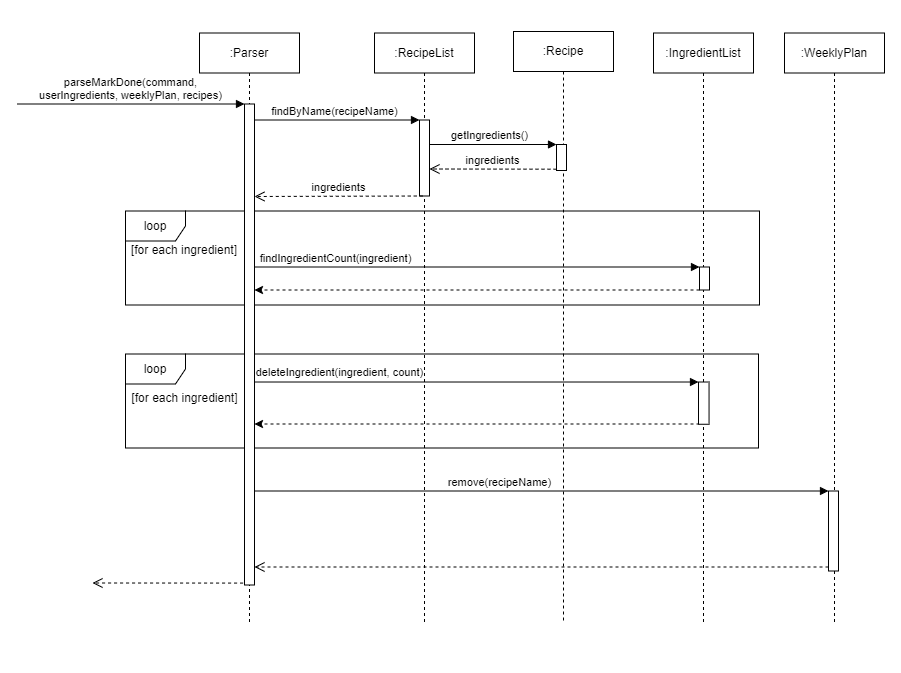
This is docs/UML/Implementation/MarkDoneWeeklyPlan/MarkDoneWeeklyPlan.png from nus-cs2113-AY2223S2/tp, a draw.io export, as it was before one commit. Source tidied: cells renumbered, new cells last; positions are measured from the earlier drawing's top-left corner, leaving out a move shared by most shapes. Source of this version:
```xml
<mxGraphModel>
  <root>
    <mxCell id="0" />
    <mxCell id="1" parent="0" />
    <mxCell id="2" style="rounded=0;whiteSpace=wrap;html=1;fillStyle=auto;strokeColor=none;fillColor=default;" parent="1" vertex="1">
      <mxGeometry width="900" height="672" as="geometry" />
    </mxCell>
    <mxCell id="3" value="remove(recipeName)" style="html=1;verticalAlign=bottom;endArrow=block;entryX=0;entryY=0;rounded=0;" parent="1" edge="1" source="15" target="28">
      <mxGeometry x="-0.14" relative="1" as="geometry" />
    </mxCell>
    <mxCell id="4" style="group;" parent="1" vertex="1">
      <mxGeometry x="125" y="210.5" width="634" height="94" as="geometry" />
    </mxCell>
    <mxCell id="5" value="loop" style="shape=umlFrame;whiteSpace=wrap;html=1;fillColor=#FFFFFF;" parent="4" vertex="1">
      <mxGeometry width="634" height="94" as="geometry" />
    </mxCell>
    <mxCell id="6" value="[for each ingredient]" style="text;html=1;strokeColor=none;fillColor=none;align=center;verticalAlign=middle;whiteSpace=wrap;rounded=0;" parent="4" vertex="1">
      <mxGeometry x="-32.5" y="23.9" width="183.7" height="32" as="geometry" />
    </mxCell>
    <mxCell id="7" style="endArrow=classic;html=1;rounded=0;dashed=1;" parent="4" edge="1">
      <mxGeometry relative="1" as="geometry">
        <mxPoint x="574" y="79" as="sourcePoint" />
        <mxPoint x="129" y="79" as="targetPoint" />
      </mxGeometry>
    </mxCell>
    <mxCell id="8" style="group;" parent="1" vertex="1">
      <mxGeometry x="125" y="353.5" width="633" height="94" as="geometry" />
    </mxCell>
    <mxCell id="9" value="loop" style="shape=umlFrame;whiteSpace=wrap;html=1;fillColor=#FFFFFF;" parent="8" vertex="1">
      <mxGeometry width="633" height="94" as="geometry" />
    </mxCell>
    <mxCell id="10" value="[for each ingredient]" style="text;html=1;strokeColor=none;fillColor=none;align=center;verticalAlign=middle;whiteSpace=wrap;rounded=0;" parent="8" vertex="1">
      <mxGeometry x="-32" y="28" width="183.5" height="32" as="geometry" />
    </mxCell>
    <mxCell id="11" value="deleteIngredient(ingredient, count)" style="html=1;verticalAlign=bottom;endArrow=block;entryX=0;entryY=0;rounded=0;" parent="1" edge="1" source="15" target="31">
      <mxGeometry x="-0.6" y="1" relative="1" as="geometry" />
    </mxCell>
    <mxCell id="12" value="findIngredientCount(ingredient)" style="html=1;verticalAlign=bottom;endArrow=block;entryX=0;entryY=0;rounded=0;" parent="1" edge="1" source="15" target="24">
      <mxGeometry x="-0.61" relative="1" as="geometry" />
    </mxCell>
    <mxCell id="13" value="getIngredients()" style="html=1;verticalAlign=bottom;endArrow=block;entryX=0;entryY=0;rounded=0;" parent="1" edge="1" source="19" target="22">
      <mxGeometry relative="1" as="geometry" />
    </mxCell>
    <mxCell id="14" value="findByName(recipeName)" style="html=1;verticalAlign=bottom;endArrow=block;entryX=0;entryY=0;rounded=0;" parent="1" edge="1" source="15" target="20">
      <mxGeometry relative="1" as="geometry" />
    </mxCell>
    <mxCell id="15" value=":Parser" style="shape=umlLifeline;perimeter=lifelinePerimeter;whiteSpace=wrap;html=1;outlineConnect=0;" parent="1" vertex="1">
      <mxGeometry x="199" y="32.5" width="100" height="590" as="geometry" />
    </mxCell>
    <mxCell id="16" value="parseMarkDone(command, &lt;br&gt;userIngredients, weeklyPlan, recipes)" style="html=1;verticalAlign=bottom;endArrow=block;entryX=0;entryY=0;rounded=0;" parent="15" edge="1" target="18">
      <mxGeometry relative="1" as="geometry">
        <mxPoint x="-182" y="71" as="sourcePoint" />
      </mxGeometry>
    </mxCell>
    <mxCell id="17" style="html=1;verticalAlign=bottom;endArrow=open;dashed=1;endSize=8;exitX=-0.143;exitY=0.996;rounded=0;exitDx=0;exitDy=0;exitPerimeter=0;" parent="15" edge="1" source="18">
      <mxGeometry relative="1" as="geometry">
        <mxPoint x="-107" y="550" as="targetPoint" />
      </mxGeometry>
    </mxCell>
    <mxCell id="18" style="html=1;points=[];perimeter=orthogonalPerimeter;fillColor=#FFFFFF;" parent="15" vertex="1">
      <mxGeometry x="45" y="71" width="10" height="481" as="geometry" />
    </mxCell>
    <mxCell id="19" value=":RecipeList" style="shape=umlLifeline;perimeter=lifelinePerimeter;whiteSpace=wrap;html=1;outlineConnect=0;" parent="1" vertex="1">
      <mxGeometry x="374" y="32.5" width="100" height="590" as="geometry" />
    </mxCell>
    <mxCell id="20" style="html=1;points=[];perimeter=orthogonalPerimeter;" parent="19" vertex="1">
      <mxGeometry x="45" y="87" width="10" height="76" as="geometry" />
    </mxCell>
    <mxCell id="21" value=":Recipe" style="shape=umlLifeline;perimeter=lifelinePerimeter;whiteSpace=wrap;html=1;" parent="1" vertex="1">
      <mxGeometry x="513" y="31" width="100" height="590.5" as="geometry" />
    </mxCell>
    <mxCell id="22" style="html=1;points=[];perimeter=orthogonalPerimeter;fillColor=#FFFFFF;" parent="21" vertex="1">
      <mxGeometry x="43" y="113" width="10" height="26" as="geometry" />
    </mxCell>
    <mxCell id="23" value=":IngredientList" style="shape=umlLifeline;perimeter=lifelinePerimeter;whiteSpace=wrap;html=1;" parent="1" vertex="1">
      <mxGeometry x="653" y="32.5" width="100" height="590" as="geometry" />
    </mxCell>
    <mxCell id="24" style="html=1;points=[];perimeter=orthogonalPerimeter;fillColor=#FFFFFF;" parent="23" vertex="1">
      <mxGeometry x="46" y="234" width="10" height="23" as="geometry" />
    </mxCell>
    <mxCell id="25" value="ingredients" style="html=1;verticalAlign=bottom;endArrow=open;dashed=1;endSize=8;exitX=0;exitY=0.95;rounded=0;" parent="1" edge="1" source="22">
      <mxGeometry relative="1" as="geometry">
        <mxPoint x="429" y="168.5" as="targetPoint" />
      </mxGeometry>
    </mxCell>
    <mxCell id="26" value="ingredients" style="html=1;verticalAlign=bottom;endArrow=open;dashed=1;endSize=8;exitX=0.327;exitY=1;rounded=0;exitDx=0;exitDy=0;exitPerimeter=0;" parent="1" edge="1" source="20">
      <mxGeometry relative="1" as="geometry">
        <mxPoint x="254" y="196" as="targetPoint" />
      </mxGeometry>
    </mxCell>
    <mxCell id="27" value=":WeeklyPlan" style="shape=umlLifeline;perimeter=lifelinePerimeter;whiteSpace=wrap;html=1;" parent="1" vertex="1">
      <mxGeometry x="784" y="32.5" width="100" height="590" as="geometry" />
    </mxCell>
    <mxCell id="28" style="html=1;points=[];perimeter=orthogonalPerimeter;fillStyle=auto;strokeColor=default;fillColor=default;" parent="27" vertex="1">
      <mxGeometry x="44" y="458" width="10" height="80" as="geometry" />
    </mxCell>
    <mxCell id="29" style="html=1;verticalAlign=bottom;endArrow=open;dashed=1;endSize=8;exitX=0;exitY=0.95;rounded=0;" parent="1" edge="1" source="28" target="18">
      <mxGeometry relative="1" as="geometry" />
    </mxCell>
    <mxCell id="30" style="endArrow=classic;html=1;rounded=0;dashed=1;" parent="1" edge="1" target="18">
      <mxGeometry relative="1" as="geometry">
        <mxPoint x="699" y="423.5" as="sourcePoint" />
      </mxGeometry>
    </mxCell>
    <mxCell id="31" style="html=1;points=[];perimeter=orthogonalPerimeter;fillColor=default;strokeColor=default;fillStyle=auto;" parent="1" vertex="1">
      <mxGeometry x="698" y="381.5" width="10.5" height="42.2" as="geometry" />
    </mxCell>
  </root>
</mxGraphModel>
```
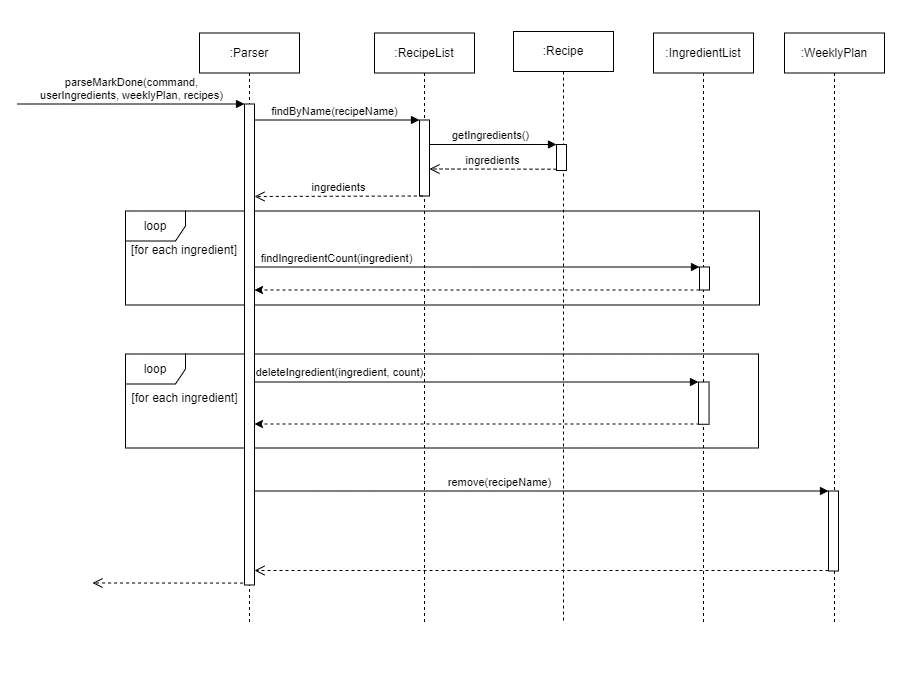
After the change.

Commit message:
Fix sequence diagram

Diff of the diagram source:
```diff
@@ -94,8 +94,10 @@
     <mxCell id="28" style="html=1;points=[];perimeter=orthogonalPerimeter;fillStyle=auto;strokeColor=default;fillColor=default;" parent="27" vertex="1">
       <mxGeometry x="44" y="458" width="10" height="80" as="geometry" />
     </mxCell>
-    <mxCell id="29" style="html=1;verticalAlign=bottom;endArrow=open;dashed=1;endSize=8;exitX=0;exitY=0.95;rounded=0;" parent="1" edge="1" source="28" target="18">
-      <mxGeometry relative="1" as="geometry" />
+    <mxCell id="29" style="html=1;verticalAlign=bottom;endArrow=open;dashed=1;endSize=8;rounded=0;" parent="1" edge="1" target="18">
+      <mxGeometry relative="1" as="geometry">
+        <mxPoint x="828" y="570" as="sourcePoint" />
+      </mxGeometry>
     </mxCell>
     <mxCell id="30" style="endArrow=classic;html=1;rounded=0;dashed=1;" parent="1" edge="1" target="18">
       <mxGeometry relative="1" as="geometry">
```
